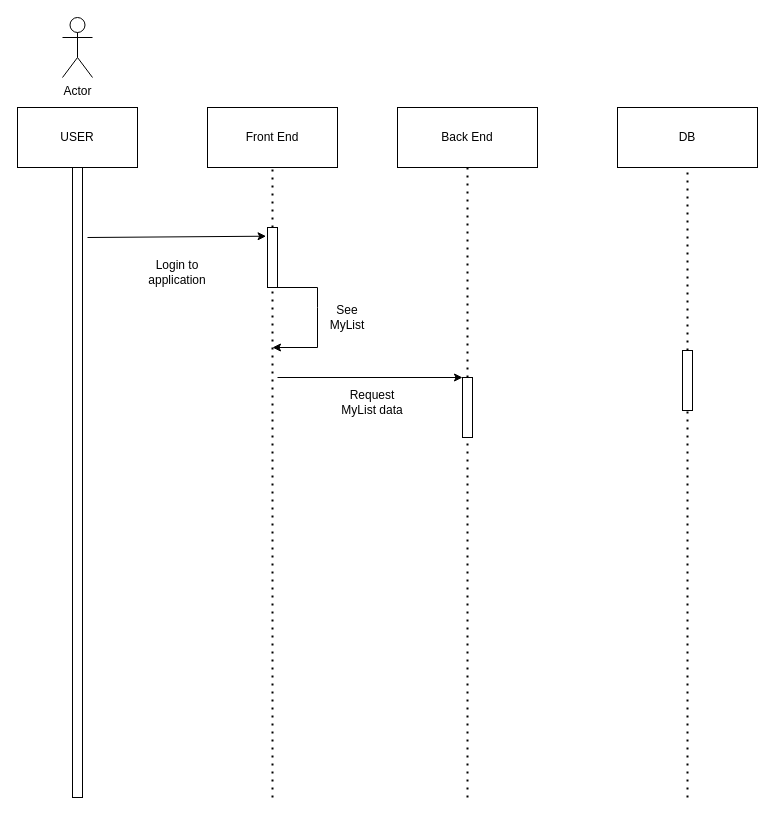
This is Sequence Diagram.drawio from randyisalive/MovieList-FinalProject, a draw.io file, before an edit. Source tidied: cells renumbered, new cells numbered last; positions are measured from the earlier drawing's top-left corner, leaving out a move shared by most shapes. Both pictures are drawn from the tidied source at 100%, with x=0, y=0 at pixel (17, 17).
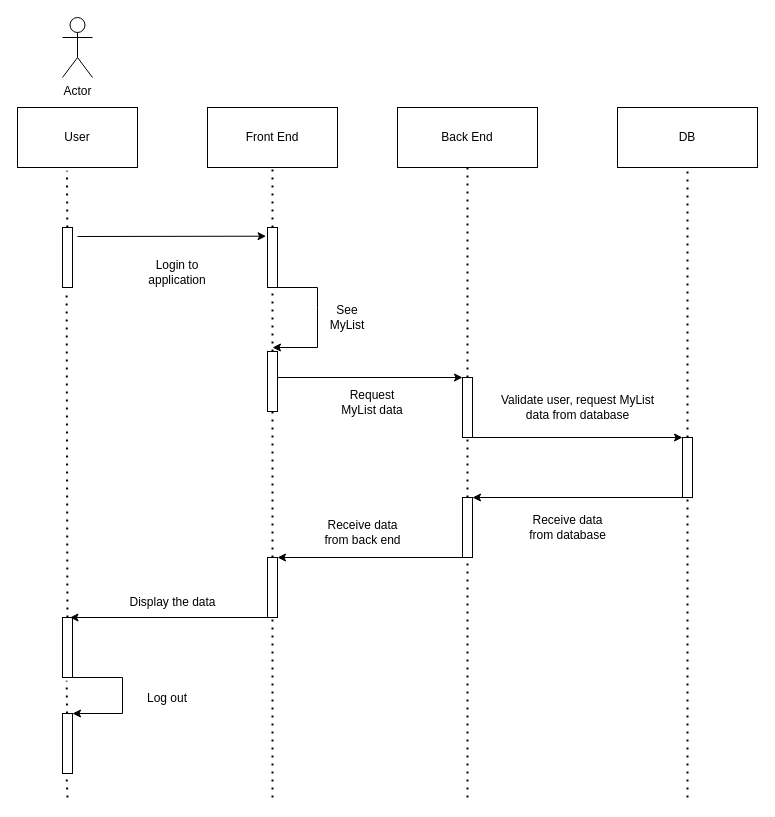
Above is the later version.

The change refers to these unchanged cells:
```xml
<mxCell id="8" style="rounded=0;whiteSpace=wrap;html=1;" parent="1" vertex="1">
  <mxGeometry x="250" y="210" width="10" height="60" as="geometry" />
</mxCell>
<mxCell id="14" style="rounded=0;whiteSpace=wrap;html=1;" parent="1" vertex="1">
  <mxGeometry x="445" y="360" width="10" height="60" as="geometry" />
</mxCell>
```

Diff of the diagram source:
```diff
@@
-    <mxCell id="2" value="USER" style="rounded=0;whiteSpace=wrap;html=1;" parent="1" vertex="1">
+    <mxCell id="2" value="User" style="rounded=0;whiteSpace=wrap;html=1;" parent="1" vertex="1">
       <mxGeometry y="90" width="120" height="60" as="geometry" />
     </mxCell>
@@
-    <mxCell id="4" style="rounded=0;whiteSpace=wrap;html=1;" parent="1" vertex="1">
-      <mxGeometry x="55" y="150" width="10" height="630" as="geometry" />
-    </mxCell>
@@
-    <mxCell id="7" style="endArrow=none;dashed=1;html=1;dashPattern=1 3;strokeWidth=2;rounded=0;entryX=0.5;entryY=1;entryDx=0;entryDy=0;" parent="1" edge="1" target="8">
-      <mxGeometry relative="1" as="geometry">
-        <mxPoint x="255" y="780" as="sourcePoint" />
-      </mxGeometry>
+    <mxCell id="7" style="endArrow=none;dashed=1;html=1;dashPattern=1 3;strokeWidth=2;rounded=0;entryX=0.5;entryY=1;entryDx=0;entryDy=0;" parent="1" edge="1" source="37" target="8">
+      <mxGeometry relative="1" as="geometry" />
     </mxCell>
@@
     <mxCell id="9" style="endArrow=classic;html=1;rounded=0;entryX=-0.142;entryY=0.145;entryDx=0;entryDy=0;entryPerimeter=0;" parent="1" edge="1" target="8">
       <mxGeometry relative="1" as="geometry">
-        <mxPoint x="70" y="220" as="sourcePoint" />
+        <mxPoint x="60" y="219" as="sourcePoint" />
       </mxGeometry>
     </mxCell>
@@
-    <mxCell id="13" style="endArrow=none;dashed=1;html=1;dashPattern=1 3;strokeWidth=2;rounded=0;entryX=0.5;entryY=1;entryDx=0;entryDy=0;" parent="1" edge="1" target="14">
-      <mxGeometry relative="1" as="geometry">
-        <mxPoint x="450" y="780" as="sourcePoint" />
-      </mxGeometry>
+    <mxCell id="13" style="endArrow=none;dashed=1;html=1;dashPattern=1 3;strokeWidth=2;rounded=0;entryX=0.5;entryY=1;entryDx=0;entryDy=0;" parent="1" edge="1" source="26" target="14">
+      <mxGeometry relative="1" as="geometry" />
     </mxCell>
@@
     <mxCell id="20" style="rounded=0;whiteSpace=wrap;html=1;" parent="1" vertex="1">
-      <mxGeometry x="665" y="333" width="10" height="60" as="geometry" />
+      <mxGeometry x="665" y="420" width="10" height="60" as="geometry" />
     </mxCell>
@@
+    <mxCell id="23" style="endArrow=classic;html=1;rounded=0;entryX=0;entryY=0;entryDx=0;entryDy=0;exitX=1;exitY=1;exitDx=0;exitDy=0;" parent="1" edge="1" source="14" target="20">
+      <mxGeometry relative="1" as="geometry" />
+    </mxCell>
+    <mxCell id="24" value="&lt;font style=&quot;font-size: 12px;&quot;&gt;Validate user, request MyList &lt;br&gt;data from database&lt;/font&gt;" style="text;html=1;align=center;verticalAlign=middle;strokeColor=none;fillColor=none;" parent="1" vertex="1">
+      <mxGeometry x="470" y="370" width="180" height="40" as="geometry" />
+    </mxCell>
+    <mxCell id="25" style="endArrow=none;dashed=1;html=1;dashPattern=1 3;strokeWidth=2;rounded=0;entryX=0.5;entryY=1;entryDx=0;entryDy=0;" parent="1" edge="1" target="26">
+      <mxGeometry relative="1" as="geometry">
+        <mxPoint x="450" y="780" as="sourcePoint" />
+      </mxGeometry>
+    </mxCell>
+    <mxCell id="26" style="rounded=0;whiteSpace=wrap;html=1;" parent="1" vertex="1">
+      <mxGeometry x="445" y="480" width="10" height="60" as="geometry" />
+    </mxCell>
+    <mxCell id="27" style="endArrow=classic;html=1;rounded=0;exitX=0.25;exitY=1;exitDx=0;exitDy=0;entryX=1;entryY=0;entryDx=0;entryDy=0;" parent="1" edge="1" source="20" target="26">
+      <mxGeometry relative="1" as="geometry" />
+    </mxCell>
+    <mxCell id="28" value="Receive data &lt;br&gt;from database" style="text;html=1;align=center;verticalAlign=middle;strokeColor=none;fillColor=none;" parent="1" vertex="1">
+      <mxGeometry x="500" y="490" width="100" height="40" as="geometry" />
+    </mxCell>
+    <mxCell id="29" style="endArrow=none;dashed=1;html=1;dashPattern=1 3;strokeWidth=2;rounded=0;entryX=0.412;entryY=1.055;entryDx=0;entryDy=0;entryPerimeter=0;" parent="1" edge="1" source="31" target="2">
+      <mxGeometry relative="1" as="geometry" />
+    </mxCell>
+    <mxCell id="30" style="endArrow=none;dashed=1;html=1;dashPattern=1 3;strokeWidth=2;rounded=0;entryX=0.412;entryY=1.055;entryDx=0;entryDy=0;entryPerimeter=0;" parent="1" edge="1" source="39" target="31">
+      <mxGeometry relative="1" as="geometry" />
+    </mxCell>
+    <mxCell id="31" style="rounded=0;whiteSpace=wrap;html=1;" parent="1" vertex="1">
+      <mxGeometry x="45" y="210" width="10" height="60" as="geometry" />
+    </mxCell>
+    <mxCell id="32" style="endArrow=none;dashed=1;html=1;dashPattern=1 3;strokeWidth=2;rounded=0;entryX=0.5;entryY=1;entryDx=0;entryDy=0;" parent="1" edge="1" target="33">
+      <mxGeometry relative="1" as="geometry">
+        <mxPoint x="255" y="780" as="sourcePoint" />
+      </mxGeometry>
+    </mxCell>
+    <mxCell id="33" style="rounded=0;whiteSpace=wrap;html=1;" parent="1" vertex="1">
+      <mxGeometry x="250" y="540" width="10" height="60" as="geometry" />
+    </mxCell>
+    <mxCell id="34" style="endArrow=classic;html=1;rounded=0;entryX=1;entryY=0;entryDx=0;entryDy=0;exitX=0;exitY=1;exitDx=0;exitDy=0;" parent="1" edge="1" source="26" target="33">
+      <mxGeometry relative="1" as="geometry" />
+    </mxCell>
+    <mxCell id="35" value="Receive data &lt;br&gt;from back end" style="text;html=1;align=center;verticalAlign=middle;strokeColor=none;fillColor=none;" parent="1" vertex="1">
+      <mxGeometry x="295" y="495" width="100" height="40" as="geometry" />
+    </mxCell>
+    <mxCell id="36" style="endArrow=none;dashed=1;html=1;dashPattern=1 3;strokeWidth=2;rounded=0;entryX=0.5;entryY=1;entryDx=0;entryDy=0;" parent="1" edge="1" source="33" target="37">
+      <mxGeometry relative="1" as="geometry" />
+    </mxCell>
+    <mxCell id="37" style="rounded=0;whiteSpace=wrap;html=1;" parent="1" vertex="1">
+      <mxGeometry x="250" y="334" width="10" height="60" as="geometry" />
+    </mxCell>
+    <mxCell id="38" style="endArrow=none;dashed=1;html=1;dashPattern=1 3;strokeWidth=2;rounded=0;entryX=0.412;entryY=1.055;entryDx=0;entryDy=0;entryPerimeter=0;" parent="1" edge="1" source="43" target="39">
+      <mxGeometry relative="1" as="geometry" />
+    </mxCell>
+    <mxCell id="39" style="rounded=0;whiteSpace=wrap;html=1;" parent="1" vertex="1">
+      <mxGeometry x="45" y="600" width="10" height="60" as="geometry" />
+    </mxCell>
+    <mxCell id="40" style="endArrow=classic;html=1;rounded=0;entryX=0.75;entryY=0;entryDx=0;entryDy=0;exitX=0;exitY=1;exitDx=0;exitDy=0;" parent="1" edge="1" source="33" target="39">
+      <mxGeometry relative="1" as="geometry" />
+    </mxCell>
+    <mxCell id="41" value="Display the data" style="text;html=1;align=center;verticalAlign=middle;strokeColor=none;fillColor=none;" parent="1" vertex="1">
+      <mxGeometry x="100" y="570" width="110" height="30" as="geometry" />
+    </mxCell>
+    <mxCell id="42" style="endArrow=none;dashed=1;html=1;dashPattern=1 3;strokeWidth=2;rounded=0;entryX=0.412;entryY=1.055;entryDx=0;entryDy=0;entryPerimeter=0;" parent="1" edge="1" target="43">
+      <mxGeometry relative="1" as="geometry">
+        <mxPoint x="50" y="780" as="sourcePoint" />
+      </mxGeometry>
+    </mxCell>
+    <mxCell id="43" style="rounded=0;whiteSpace=wrap;html=1;" parent="1" vertex="1">
+      <mxGeometry x="45" y="696" width="10" height="60" as="geometry" />
+    </mxCell>
+    <mxCell id="44" style="endArrow=classic;html=1;rounded=0;exitX=1;exitY=1;exitDx=0;exitDy=0;entryX=1;entryY=0;entryDx=0;entryDy=0;" parent="1" edge="1" source="39" target="43">
+      <mxGeometry relative="1" as="geometry">
+        <Array as="points">
+          <mxPoint x="105" y="660" />
+          <mxPoint x="105" y="696" />
+        </Array>
+      </mxGeometry>
+    </mxCell>
+    <mxCell id="45" value="Log out" style="text;html=1;strokeColor=none;fillColor=none;align=center;verticalAlign=middle;whiteSpace=wrap;rounded=0;" parent="1" vertex="1">
+      <mxGeometry x="120" y="666" width="60" height="30" as="geometry" />
+    </mxCell>
```
